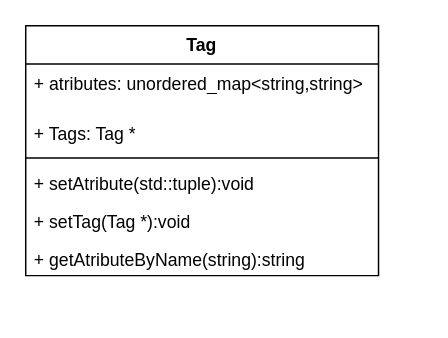
Above: Untitled Diagram.drawio in sherlok235/IDEQT (draw.io), before the change. Source tidied: cells renumbered, new cells numbered last; positions are measured from the earlier drawing's top-left corner, leaving out a move shared by most shapes. Both pictures are drawn from the tidied source at 147%, with x=0, y=0 at pixel (25, 25).
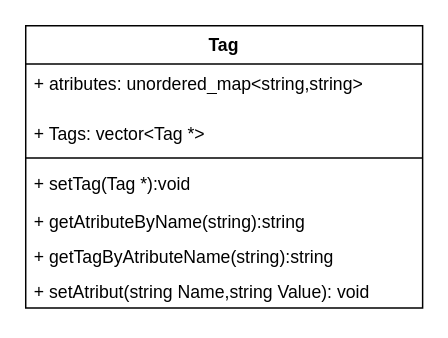
Above is the later version.

What changed in the source:
```diff
@@
 <mxGraphModel>
   <root>
     <mxCell id="0" />
     <mxCell id="1" parent="0" />
     <mxCell id="2" value="Tag" style="swimlane;fontStyle=1;align=center;verticalAlign=top;horizontal=1;startSize=26;whiteSpace=wrap;html=1;" parent="1" vertex="1">
-      <mxGeometry width="240" height="170" as="geometry" />
+      <mxGeometry width="270" height="192" as="geometry" />
     </mxCell>
     <mxCell id="3" value="+ atributes: unordered_map&amp;lt;string,string&amp;gt;" style="text;strokeColor=none;fillColor=none;align=left;verticalAlign=top;spacingLeft=4;spacingRight=4;overflow=hidden;whiteSpace=wrap;html=1;" parent="2" vertex="1">
-      <mxGeometry y="26" width="240" height="34" as="geometry" />
+      <mxGeometry y="26" width="270" height="34" as="geometry" />
     </mxCell>
-    <mxCell id="4" value="+ Tags: Tag *" style="text;strokeColor=none;fillColor=none;align=left;verticalAlign=top;spacingLeft=4;spacingRight=4;overflow=hidden;whiteSpace=wrap;html=1;" parent="2" vertex="1">
-      <mxGeometry y="60" width="240" height="26" as="geometry" />
+    <mxCell id="4" value="+ Tags: vector&amp;lt;Tag *&amp;gt;" style="text;strokeColor=none;fillColor=none;align=left;verticalAlign=top;spacingLeft=4;spacingRight=4;overflow=hidden;whiteSpace=wrap;html=1;" parent="2" vertex="1">
+      <mxGeometry y="60" width="270" height="26" as="geometry" />
     </mxCell>
     <mxCell id="5" style="line;strokeWidth=1;fillColor=none;align=left;verticalAlign=middle;spacingTop=-1;spacingLeft=3;spacingRight=3;labelPosition=right;strokeColor=inherit;" parent="2" vertex="1">
-      <mxGeometry y="86" width="240" height="8" as="geometry" />
+      <mxGeometry y="86" width="270" height="8" as="geometry" />
     </mxCell>
-    <mxCell id="6" value="+ setAtribute(std::tuple):void" style="text;strokeColor=none;fillColor=none;align=left;verticalAlign=top;spacingLeft=4;spacingRight=4;overflow=hidden;whiteSpace=wrap;html=1;" parent="2" vertex="1">
-      <mxGeometry y="94" width="240" height="26" as="geometry" />
-    </mxCell>
     <mxCell id="7" value="+ setTag(Tag *):void" style="text;strokeColor=none;fillColor=none;align=left;verticalAlign=top;spacingLeft=4;spacingRight=4;overflow=hidden;whiteSpace=wrap;html=1;" parent="2" vertex="1">
-      <mxGeometry y="120" width="240" height="26" as="geometry" />
+      <mxGeometry y="94" width="270" height="26" as="geometry" />
     </mxCell>
     <mxCell id="8" value="+ getAtributeByName(string):string" style="text;strokeColor=none;fillColor=none;align=left;verticalAlign=top;spacingLeft=4;spacingRight=4;overflow=hidden;whiteSpace=wrap;html=1;" parent="2" vertex="1">
-      <mxGeometry y="146" width="240" height="24" as="geometry" />
+      <mxGeometry y="120" width="270" height="24" as="geometry" />
     </mxCell>
+    <mxCell id="9" value="+ getTagByAtributeName(string):string" style="text;strokeColor=none;fillColor=none;align=left;verticalAlign=top;spacingLeft=4;spacingRight=4;overflow=hidden;whiteSpace=wrap;html=1;" parent="2" vertex="1">
+      <mxGeometry y="144" width="270" height="24" as="geometry" />
+    </mxCell>
+    <mxCell id="10" value="+ setAtribut(string Name,string Value): void" style="text;strokeColor=none;fillColor=none;align=left;verticalAlign=top;spacingLeft=4;spacingRight=4;overflow=hidden;whiteSpace=wrap;html=1;" parent="2" vertex="1">
+      <mxGeometry y="168" width="270" height="24" as="geometry" />
+    </mxCell>
   </root>
 </mxGraphModel>
```
